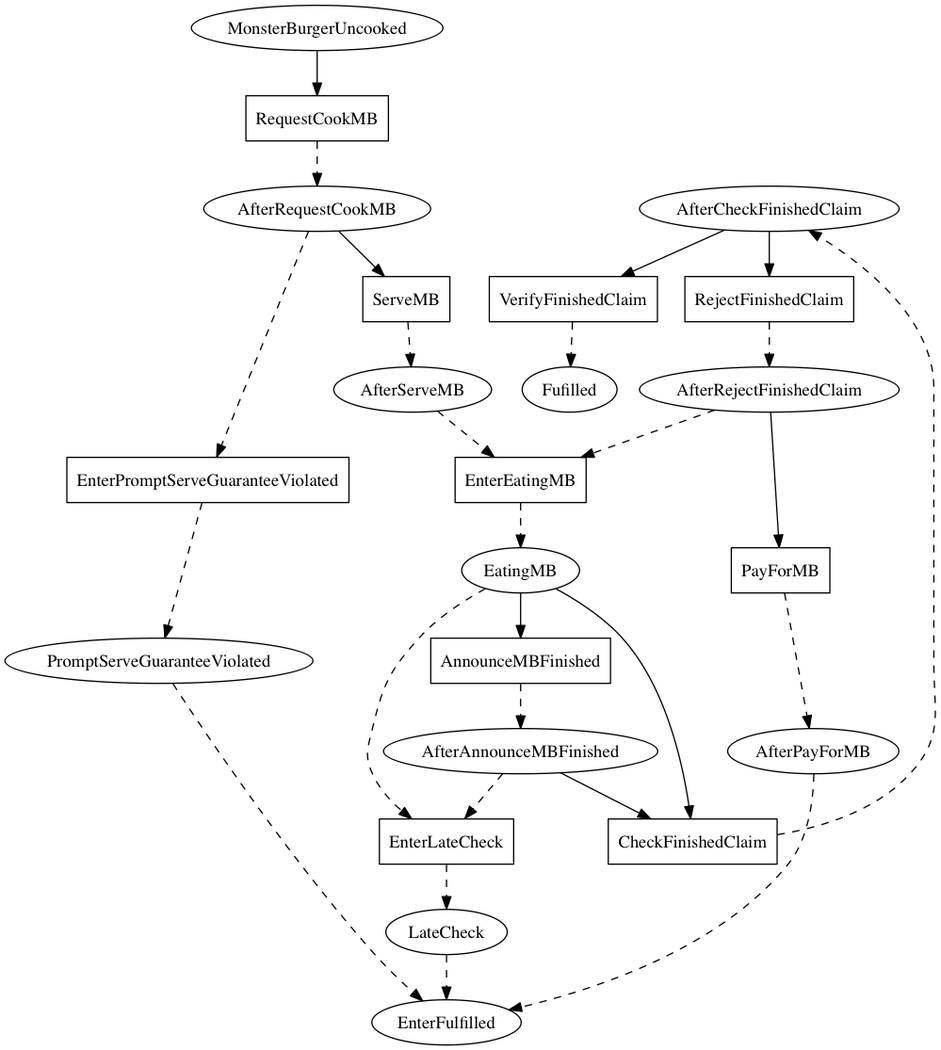
Before: linear_state_machine_language/pyL4/examples_graphviz_gen/toy_and_teaching/monster_burger_program_only.png, a diagram exported from Graphviz (Marcao02/complaw-deeptech). Its source is kept beside it as linear_state_machine_language/pyL4/examples_graphviz_gen/toy_and_teaching/monster_burger_program_only.dot. The source it was exported from:
```dot

digraph Monster_Burger {
    Fulfilled[label=Fufilled];
    MonsterBurgerUncooked[label=MonsterBurgerUncooked];
	AfterRequestCookMB[label=AfterRequestCookMB];
	AfterServeMB[label=AfterServeMB];
	PromptServeGuaranteeViolated[label=PromptServeGuaranteeViolated];
	EatingMB[label=EatingMB];
	AfterAnnounceMBFinished[label=AfterAnnounceMBFinished];
	LateCheck[label=LateCheck];
	AfterCheckFinishedClaim[label=AfterCheckFinishedClaim];
	AfterRejectFinishedClaim[label=AfterRejectFinishedClaim];
	AfterPayForMB[label=AfterPayForMB]


    RequestCookMB[label=RequestCookMB,shape=box];
	ServeMB[label=ServeMB,shape=box];
	EnterPromptServeGuaranteeViolated[label=EnterPromptServeGuaranteeViolated,shape=box];
	EnterEatingMB[label=EnterEatingMB,shape=box];
	AnnounceMBFinished[label=AnnounceMBFinished,shape=box];
	EnterLateCheck[label=EnterLateCheck,shape=box];
	CheckFinishedClaim[label=CheckFinishedClaim,shape=box];
	RejectFinishedClaim[label=RejectFinishedClaim,shape=box];
	PayForMB[label=PayForMB,shape=box];
	VerifyFinishedClaim[label=VerifyFinishedClaim,shape=box]



    MonsterBurgerUncooked -> RequestCookMB;
	AfterRequestCookMB -> ServeMB;
	AfterRequestCookMB -> EnterPromptServeGuaranteeViolated [style=dashed];
	AfterServeMB -> EnterEatingMB [style=dashed];
	PromptServeGuaranteeViolated -> EnterFulfilled [style=dashed];
	EatingMB -> AnnounceMBFinished;
	EatingMB -> CheckFinishedClaim;
	EatingMB -> EnterLateCheck [style=dashed];
	AfterAnnounceMBFinished -> CheckFinishedClaim;
	AfterAnnounceMBFinished -> EnterLateCheck [style=dashed];
	LateCheck -> EnterFulfilled [style=dashed];
	AfterCheckFinishedClaim -> VerifyFinishedClaim;
	AfterCheckFinishedClaim -> RejectFinishedClaim;
	AfterRejectFinishedClaim -> EnterEatingMB [style=dashed];
	AfterRejectFinishedClaim -> PayForMB;
	AfterPayForMB -> EnterFulfilled [style=dashed]

    RequestCookMB -> AfterRequestCookMB [style=dashed];
	ServeMB -> AfterServeMB [style=dashed];
	EnterPromptServeGuaranteeViolated -> PromptServeGuaranteeViolated [style=dashed];
	EnterEatingMB -> EatingMB [style=dashed];
	AnnounceMBFinished -> AfterAnnounceMBFinished [style=dashed];
	EnterLateCheck -> LateCheck [style=dashed];
	CheckFinishedClaim -> AfterCheckFinishedClaim [style=dashed];
	RejectFinishedClaim -> AfterRejectFinishedClaim [style=dashed];
	PayForMB -> AfterPayForMB [style=dashed];
	VerifyFinishedClaim -> Fulfilled [style=dashed]
}
```
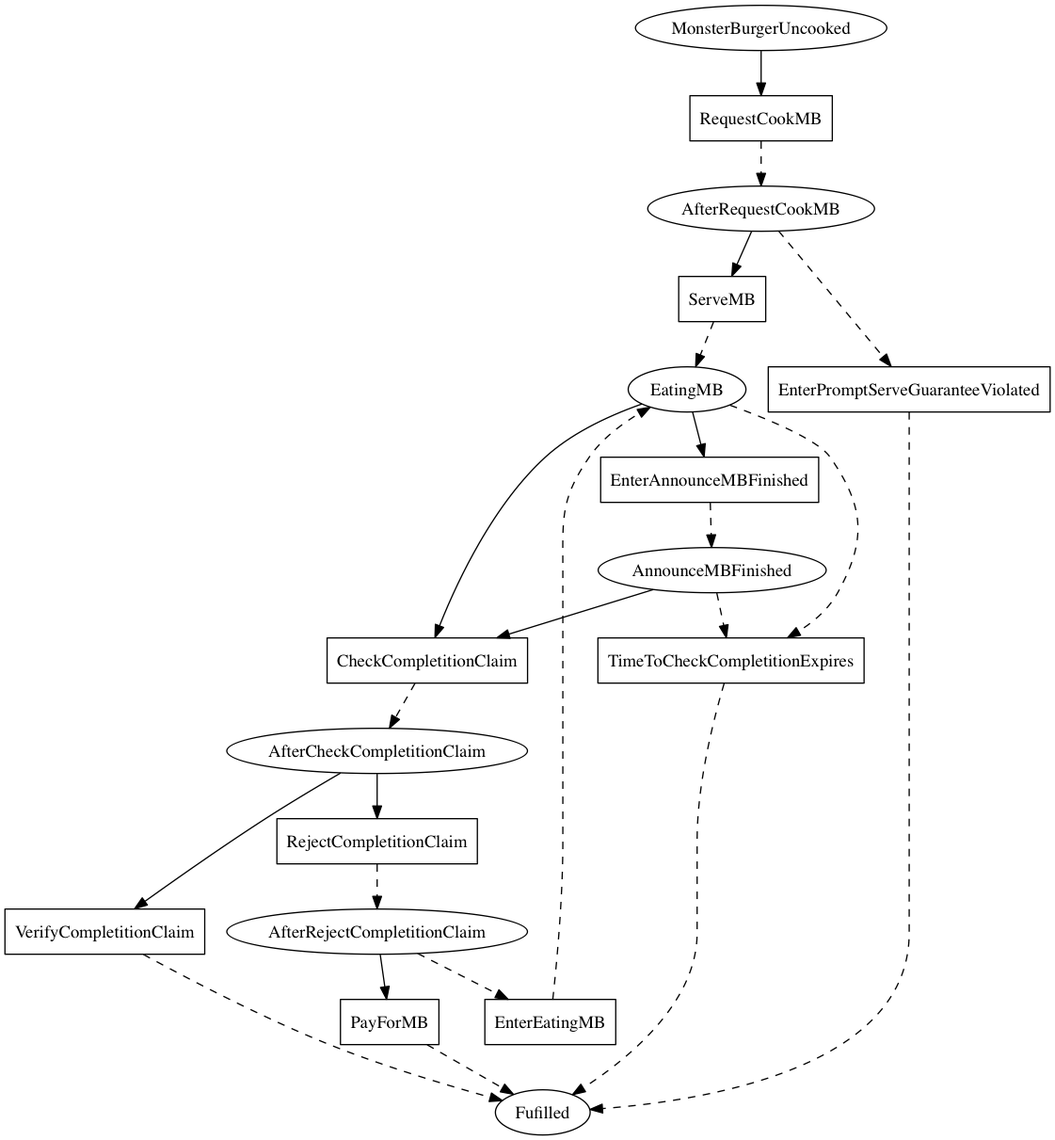
The same diagram one commit later.

What changed in the source:
```diff
@@ -3,54 +3,46 @@
     Fulfilled[label=Fufilled];
     MonsterBurgerUncooked[label=MonsterBurgerUncooked];
 	AfterRequestCookMB[label=AfterRequestCookMB];
-	AfterServeMB[label=AfterServeMB];
-	PromptServeGuaranteeViolated[label=PromptServeGuaranteeViolated];
 	EatingMB[label=EatingMB];
-	AfterAnnounceMBFinished[label=AfterAnnounceMBFinished];
-	LateCheck[label=LateCheck];
-	AfterCheckFinishedClaim[label=AfterCheckFinishedClaim];
-	AfterRejectFinishedClaim[label=AfterRejectFinishedClaim];
-	AfterPayForMB[label=AfterPayForMB]
+	AnnounceMBFinished[label=AnnounceMBFinished];
+	AfterCheckCompletitionClaim[label=AfterCheckCompletitionClaim];
+	AfterRejectCompletitionClaim[label=AfterRejectCompletitionClaim]
 
 
     RequestCookMB[label=RequestCookMB,shape=box];
 	ServeMB[label=ServeMB,shape=box];
 	EnterPromptServeGuaranteeViolated[label=EnterPromptServeGuaranteeViolated,shape=box];
 	EnterEatingMB[label=EnterEatingMB,shape=box];
-	AnnounceMBFinished[label=AnnounceMBFinished,shape=box];
-	EnterLateCheck[label=EnterLateCheck,shape=box];
-	CheckFinishedClaim[label=CheckFinishedClaim,shape=box];
-	RejectFinishedClaim[label=RejectFinishedClaim,shape=box];
+	EnterAnnounceMBFinished[label=EnterAnnounceMBFinished,shape=box];
+	TimeToCheckCompletitionExpires[label=TimeToCheckCompletitionExpires,shape=box];
+	CheckCompletitionClaim[label=CheckCompletitionClaim,shape=box];
+	RejectCompletitionClaim[label=RejectCompletitionClaim,shape=box];
 	PayForMB[label=PayForMB,shape=box];
-	VerifyFinishedClaim[label=VerifyFinishedClaim,shape=box]
+	VerifyCompletitionClaim[label=VerifyCompletitionClaim,shape=box]
 
 
 
     MonsterBurgerUncooked -> RequestCookMB;
 	AfterRequestCookMB -> ServeMB;
 	AfterRequestCookMB -> EnterPromptServeGuaranteeViolated [style=dashed];
-	AfterServeMB -> EnterEatingMB [style=dashed];
-	PromptServeGuaranteeViolated -> EnterFulfilled [style=dashed];
-	EatingMB -> AnnounceMBFinished;
-	EatingMB -> CheckFinishedClaim;
-	EatingMB -> EnterLateCheck [style=dashed];
-	AfterAnnounceMBFinished -> CheckFinishedClaim;
-	AfterAnnounceMBFinished -> EnterLateCheck [style=dashed];
-	LateCheck -> EnterFulfilled [style=dashed];
-	AfterCheckFinishedClaim -> VerifyFinishedClaim;
-	AfterCheckFinishedClaim -> RejectFinishedClaim;
-	AfterRejectFinishedClaim -> EnterEatingMB [style=dashed];
-	AfterRejectFinishedClaim -> PayForMB;
-	AfterPayForMB -> EnterFulfilled [style=dashed]
+	EatingMB -> EnterAnnounceMBFinished;
+	EatingMB -> CheckCompletitionClaim;
+	EatingMB -> TimeToCheckCompletitionExpires [style=dashed];
+	AnnounceMBFinished -> CheckCompletitionClaim;
+	AnnounceMBFinished -> TimeToCheckCompletitionExpires [style=dashed];
+	AfterCheckCompletitionClaim -> VerifyCompletitionClaim;
+	AfterCheckCompletitionClaim -> RejectCompletitionClaim;
+	AfterRejectCompletitionClaim -> EnterEatingMB [style=dashed];
+	AfterRejectCompletitionClaim -> PayForMB
 
     RequestCookMB -> AfterRequestCookMB [style=dashed];
-	ServeMB -> AfterServeMB [style=dashed];
-	EnterPromptServeGuaranteeViolated -> PromptServeGuaranteeViolated [style=dashed];
+	ServeMB -> EatingMB [style=dashed];
+	EnterPromptServeGuaranteeViolated -> Fulfilled [style=dashed];
 	EnterEatingMB -> EatingMB [style=dashed];
-	AnnounceMBFinished -> AfterAnnounceMBFinished [style=dashed];
-	EnterLateCheck -> LateCheck [style=dashed];
-	CheckFinishedClaim -> AfterCheckFinishedClaim [style=dashed];
-	RejectFinishedClaim -> AfterRejectFinishedClaim [style=dashed];
-	PayForMB -> AfterPayForMB [style=dashed];
-	VerifyFinishedClaim -> Fulfilled [style=dashed]
+	EnterAnnounceMBFinished -> AnnounceMBFinished [style=dashed];
+	TimeToCheckCompletitionExpires -> Fulfilled [style=dashed];
+	CheckCompletitionClaim -> AfterCheckCompletitionClaim [style=dashed];
+	RejectCompletitionClaim -> AfterRejectCompletitionClaim [style=dashed];
+	PayForMB -> Fulfilled [style=dashed];
+	VerifyCompletitionClaim -> Fulfilled [style=dashed]
 }
```
